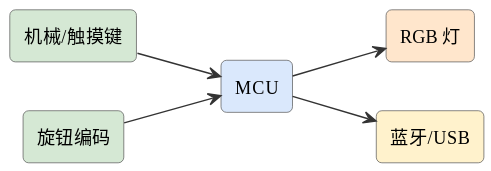
Earlier version of the PlantUML export assets/diagrams/ideas-fig9.svg (mingyi0818/IntelligentMcuCourse).
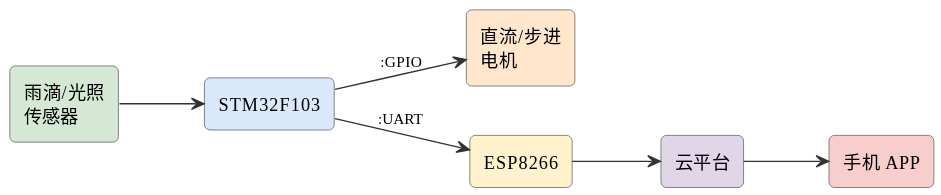
Later version of the same file.

Change to the diagram source:
```diff
@@ -6,13 +6,15 @@
 skinparam arrowFontSize 11
 skinparam arrowColor #333
 left to right direction
-rectangle "机械/触摸键" as key #d5e8d4
-rectangle "旋钮编码" as enc #d5e8d4
-rectangle "MCU" as mcu #dae8fc
-rectangle "RGB 灯" as rgb #ffe6cc
-rectangle "蓝牙/USB" as bt #fff2cc
-key --> mcu
-enc --> mcu
-mcu --> rgb
-mcu --> bt
+rectangle "雨滴/光照\n传感器" as rain #d5e8d4
+rectangle "STM32F103" as stm #dae8fc
+rectangle "直流/步进\n电机" as motor #ffe6cc
+rectangle "ESP8266" as esp #fff2cc
+rectangle "云平台" as cloud #e1d5e8
+rectangle "手机 APP" as app #f8cecc
+rain --> stm
+stm --> motor : :GPIO
+stm --> esp : :UART
+esp --> cloud
+cloud --> app
 @enduml
```
